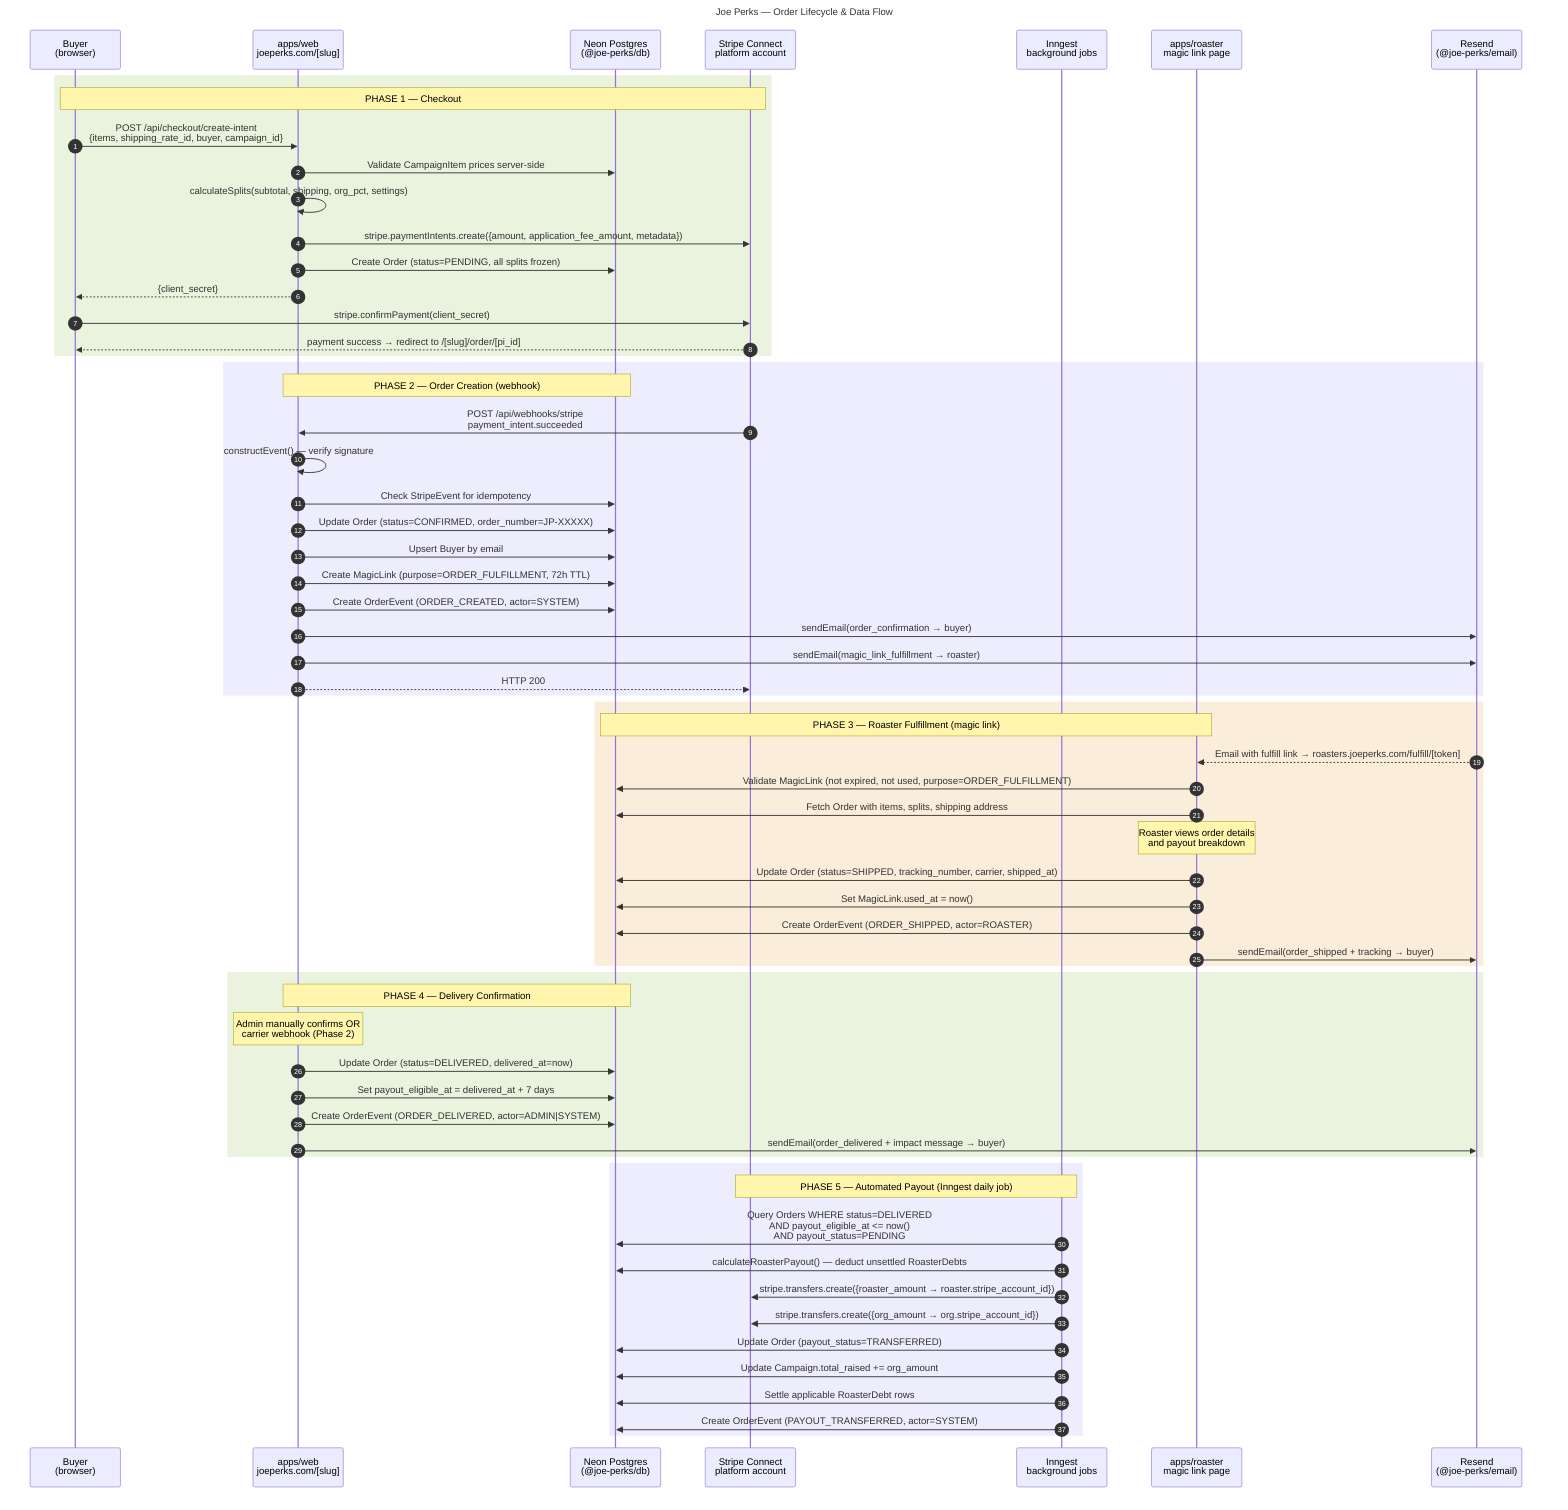
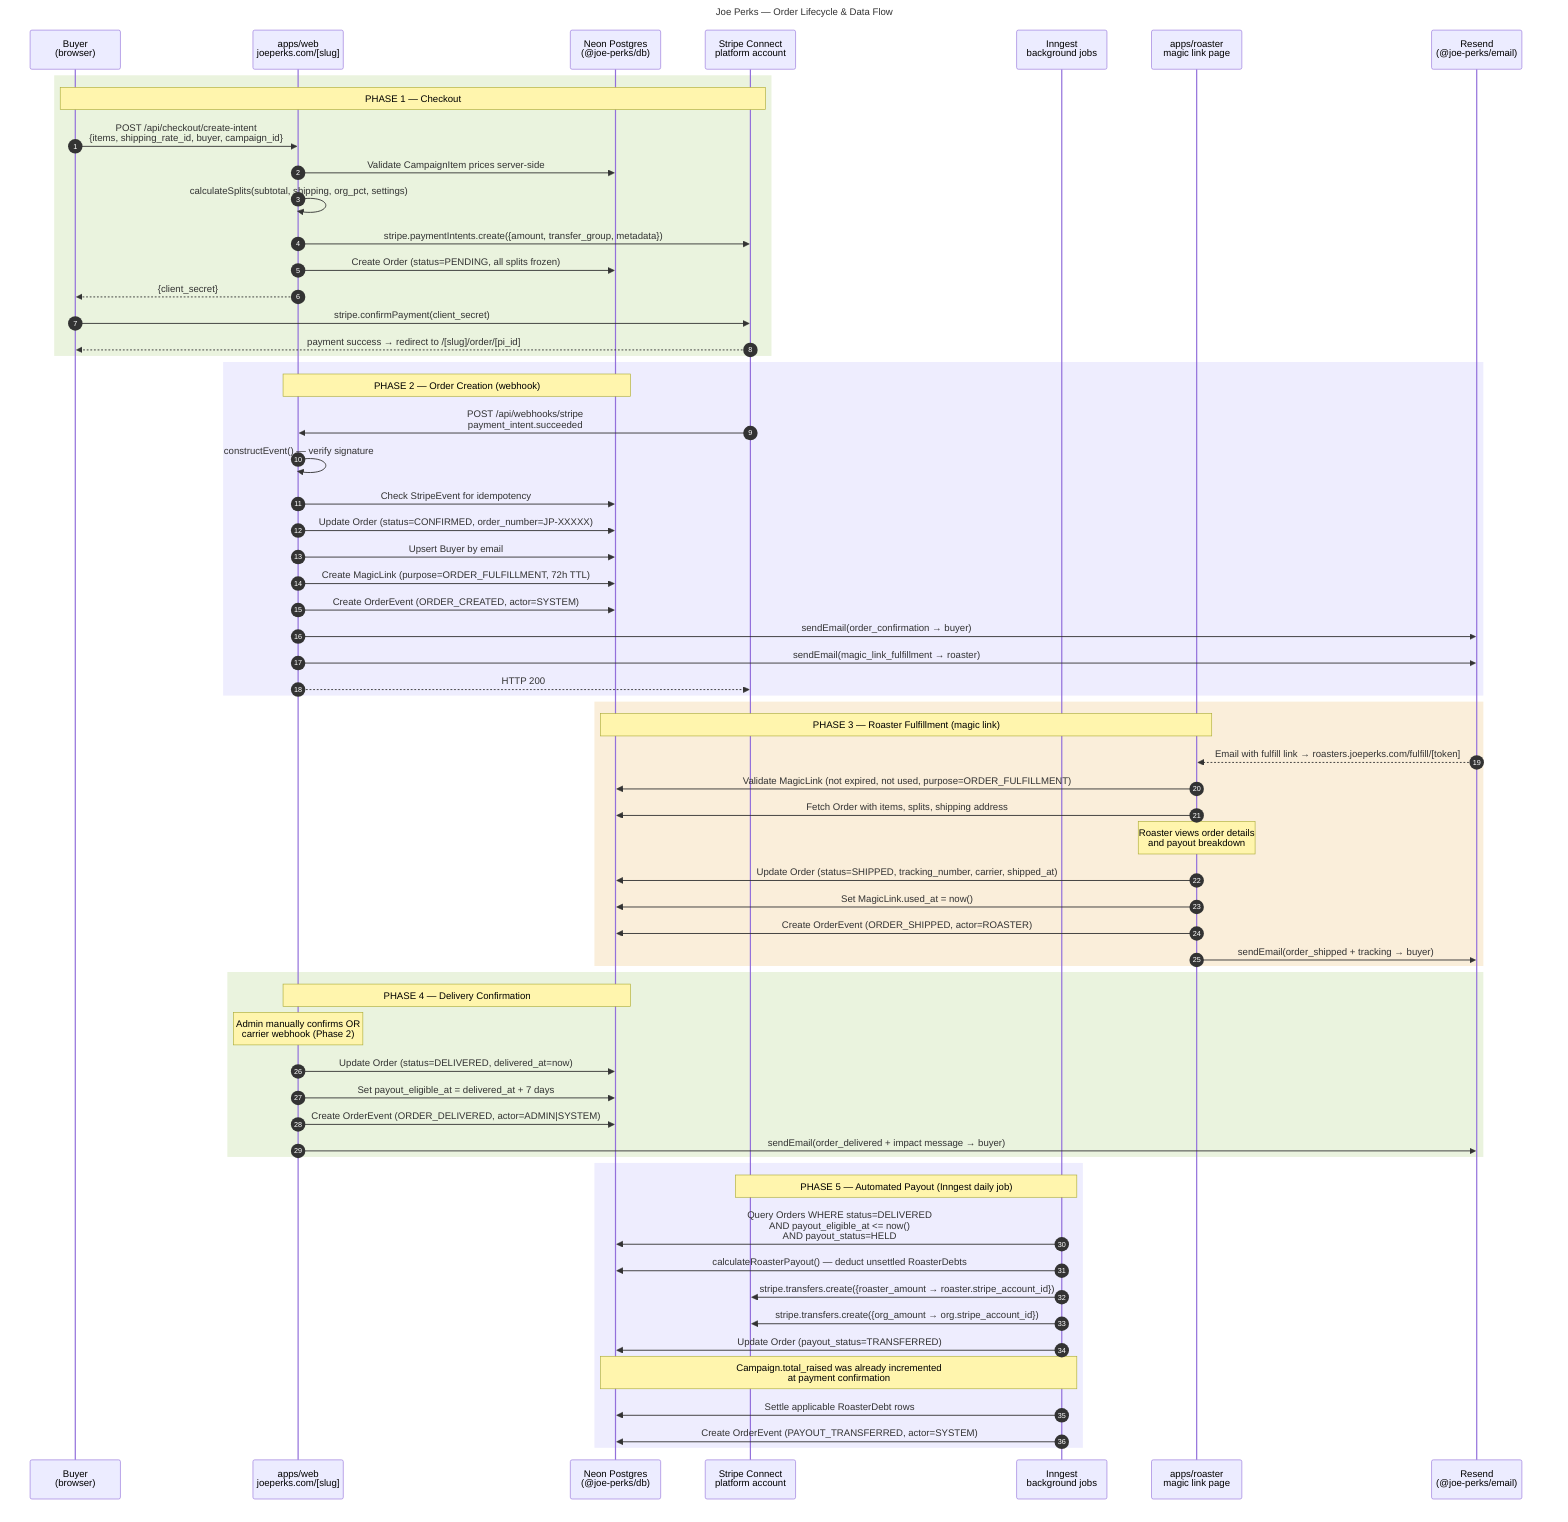
---
title: Joe Perks — Order Lifecycle & Data Flow
---
sequenceDiagram
  autonumber

  participant B  as Buyer<br/>(browser)
  participant WEB as apps/web<br/>joeperks.com/[slug]
  participant DB  as Neon Postgres<br/>(@joe-perks/db)
  participant STR as Stripe Connect<br/>platform account
  participant INN as Inngest<br/>background jobs
  participant R   as apps/roaster<br/>magic link page
  participant EM  as Resend<br/>(@joe-perks/email)

  rect rgb(234,243,222)
    Note over B,STR: PHASE 1 — Checkout
    B->>WEB: POST /api/checkout/create-intent<br/>{items, shipping_rate_id, buyer, campaign_id}
    WEB->>DB: Validate CampaignItem prices server-side
    WEB->>WEB: calculateSplits(subtotal, shipping, org_pct, settings)
-     WEB->>STR: stripe.paymentIntents.create({amount, application_fee_amount, metadata})
+     WEB->>STR: stripe.paymentIntents.create({amount, transfer_group, metadata})
    WEB->>DB: Create Order (status=PENDING, all splits frozen)
    WEB-->>B: {client_secret}
    B->>STR: stripe.confirmPayment(client_secret)
    STR-->>B: payment success → redirect to /[slug]/order/[pi_id]
  end

  rect rgb(238,237,254)
    Note over WEB,DB: PHASE 2 — Order Creation (webhook)
    STR->>WEB: POST /api/webhooks/stripe<br/>payment_intent.succeeded
    WEB->>WEB: constructEvent() — verify signature
    WEB->>DB: Check StripeEvent for idempotency
    WEB->>DB: Update Order (status=CONFIRMED, order_number=JP-XXXXX)
    WEB->>DB: Upsert Buyer by email
    WEB->>DB: Create MagicLink (purpose=ORDER_FULFILLMENT, 72h TTL)
    WEB->>DB: Create OrderEvent (ORDER_CREATED, actor=SYSTEM)
    WEB->>EM: sendEmail(order_confirmation → buyer)
    WEB->>EM: sendEmail(magic_link_fulfillment → roaster)
    WEB-->>STR: HTTP 200
  end

  rect rgb(250,238,218)
    Note over R,DB: PHASE 3 — Roaster Fulfillment (magic link)
    EM-->>R: Email with fulfill link → roasters.joeperks.com/fulfill/[token]
    R->>DB: Validate MagicLink (not expired, not used, purpose=ORDER_FULFILLMENT)
    R->>DB: Fetch Order with items, splits, shipping address
    Note over R: Roaster views order details<br/>and payout breakdown
    R->>DB: Update Order (status=SHIPPED, tracking_number, carrier, shipped_at)
    R->>DB: Set MagicLink.used_at = now()
    R->>DB: Create OrderEvent (ORDER_SHIPPED, actor=ROASTER)
    R->>EM: sendEmail(order_shipped + tracking → buyer)
  end

  rect rgb(234,243,222)
    Note over WEB,DB: PHASE 4 — Delivery Confirmation
    Note over WEB: Admin manually confirms OR<br/>carrier webhook (Phase 2)
    WEB->>DB: Update Order (status=DELIVERED, delivered_at=now)
    WEB->>DB: Set payout_eligible_at = delivered_at + 7 days
    WEB->>DB: Create OrderEvent (ORDER_DELIVERED, actor=ADMIN|SYSTEM)
    WEB->>EM: sendEmail(order_delivered + impact message → buyer)
  end

  rect rgb(238,237,254)
    Note over INN,STR: PHASE 5 — Automated Payout (Inngest daily job)
-     INN->>DB: Query Orders WHERE status=DELIVERED<br/>AND payout_eligible_at <= now()<br/>AND payout_status=PENDING
+     INN->>DB: Query Orders WHERE status=DELIVERED<br/>AND payout_eligible_at <= now()<br/>AND payout_status=HELD
    INN->>DB: calculateRoasterPayout() — deduct unsettled RoasterDebts
    INN->>STR: stripe.transfers.create({roaster_amount → roaster.stripe_account_id})
    INN->>STR: stripe.transfers.create({org_amount → org.stripe_account_id})
    INN->>DB: Update Order (payout_status=TRANSFERRED)
-     INN->>DB: Update Campaign.total_raised += org_amount
+     Note over INN,DB: Campaign.total_raised was already incremented<br/>at payment confirmation
    INN->>DB: Settle applicable RoasterDebt rows
    INN->>DB: Create OrderEvent (PAYOUT_TRANSFERRED, actor=SYSTEM)
  end
